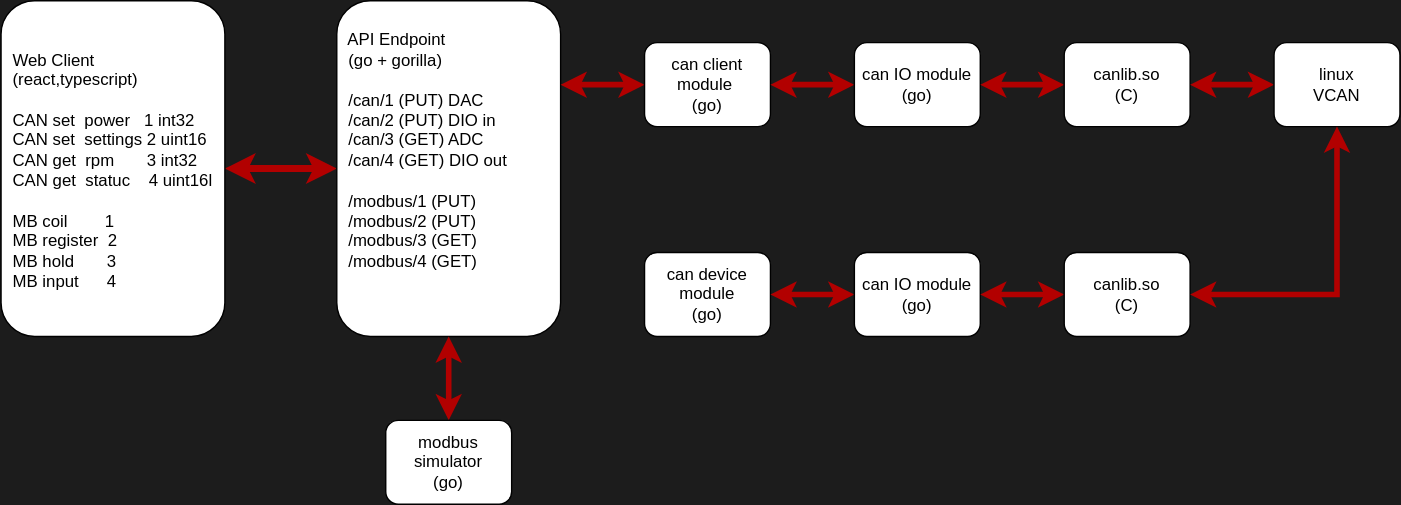
Before: sqirvy.drawio.svg, a diagram exported from draw.io (dmh2000/simple-can-bus). Source tidied: cells renumbered, new cells last; positions are measured from the earlier drawing's top-left corner, leaving out a move shared by most shapes.
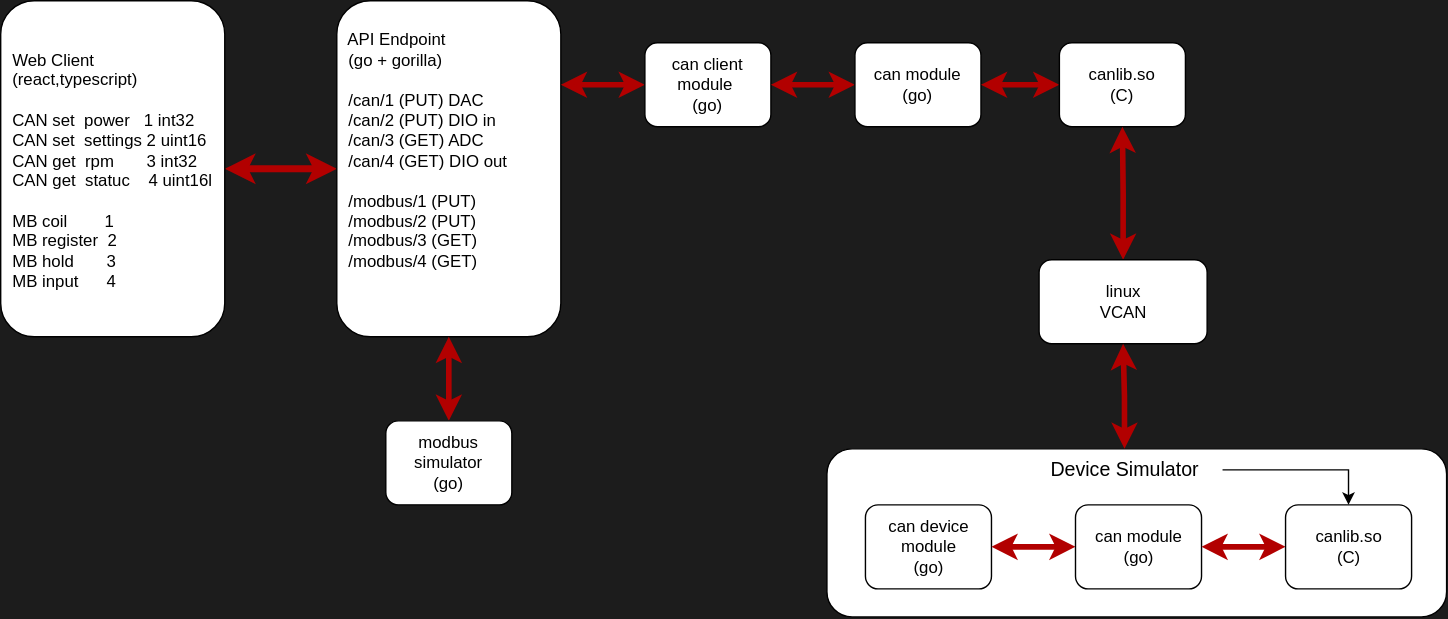
Later version of the same file.

The edit, as a diff of the source:
```diff
@@ -2,6 +2,9 @@
   <root>
     <mxCell id="0" />
     <mxCell id="1" parent="0" />
+    <mxCell id="21" style="rounded=1;whiteSpace=wrap;html=1;" parent="1" vertex="1">
+      <mxGeometry x="590" y="320" width="442.5" height="120" as="geometry" />
+    </mxCell>
     <mxCell id="2" style="edgeStyle=orthogonalEdgeStyle;rounded=0;jettySize=auto;html=1;endArrow=classic;endFill=1;startArrow=classic;startFill=1;fillColor=#e51400;strokeColor=#B20000;strokeWidth=5;" parent="1" edge="1" source="3" target="4">
       <mxGeometry relative="1" as="geometry" />
     </mxCell>
@@ -26,42 +29,44 @@
     <mxCell id="9" style="edgeStyle=orthogonalEdgeStyle;rounded=0;jettySize=auto;html=1;startArrow=classic;startFill=1;fillColor=#e51400;strokeColor=#B20000;strokeWidth=4;" parent="1" edge="1" source="10" target="6">
       <mxGeometry relative="1" as="geometry" />
     </mxCell>
-    <mxCell id="10" value="can IO module&lt;br&gt;(go)" style="rounded=1;whiteSpace=wrap;html=1;" parent="1" vertex="1">
+    <mxCell id="10" value="can module&lt;br&gt;(go)" style="rounded=1;whiteSpace=wrap;html=1;" parent="1" vertex="1">
       <mxGeometry x="610" y="30" width="90" height="60" as="geometry" />
     </mxCell>
     <mxCell id="11" style="edgeStyle=orthogonalEdgeStyle;rounded=0;jettySize=auto;html=1;startArrow=classic;startFill=1;fillColor=#e51400;strokeColor=#B20000;strokeWidth=4;" parent="1" edge="1" source="12" target="10">
       <mxGeometry relative="1" as="geometry" />
     </mxCell>
     <mxCell id="12" value="canlib.so&lt;br&gt;(C)" style="rounded=1;whiteSpace=wrap;html=1;" parent="1" vertex="1">
-      <mxGeometry x="760" y="30" width="90" height="60" as="geometry" />
+      <mxGeometry x="756" y="30" width="90" height="60" as="geometry" />
     </mxCell>
-    <mxCell id="13" style="edgeStyle=orthogonalEdgeStyle;rounded=0;jettySize=auto;html=1;fillColor=#e51400;strokeColor=#B20000;startArrow=classic;startFill=1;strokeWidth=4;" parent="1" edge="1" source="14" target="12">
+    <mxCell id="13" style="edgeStyle=orthogonalEdgeStyle;rounded=0;jettySize=auto;html=1;fillColor=#e51400;strokeColor=#B20000;startArrow=classic;startFill=1;strokeWidth=4;exitX=0.5;exitY=0;exitDx=0;exitDy=0;entryX=0.5;entryY=1;entryDx=0;entryDy=0;" parent="1" edge="1" source="14" target="12">
       <mxGeometry relative="1" as="geometry" />
     </mxCell>
     <mxCell id="14" value="linux&lt;br&gt;VCAN" style="rounded=1;whiteSpace=wrap;html=1;" parent="1" vertex="1">
-      <mxGeometry x="910" y="30" width="90" height="60" as="geometry" />
+      <mxGeometry x="741.5" y="185" width="120" height="60" as="geometry" />
     </mxCell>
     <mxCell id="15" value="can device module&lt;br&gt;(go)" style="rounded=1;whiteSpace=wrap;html=1;" parent="1" vertex="1">
-      <mxGeometry x="460" y="180" width="90" height="60" as="geometry" />
+      <mxGeometry x="617.5" y="360" width="90" height="60" as="geometry" />
     </mxCell>
     <mxCell id="16" style="edgeStyle=orthogonalEdgeStyle;rounded=0;jettySize=auto;html=1;startArrow=classic;startFill=1;fillColor=#e51400;strokeColor=#B20000;strokeWidth=4;" parent="1" edge="1" source="17" target="15">
       <mxGeometry relative="1" as="geometry" />
     </mxCell>
-    <mxCell id="17" value="can IO module&lt;br&gt;(go)" style="rounded=1;whiteSpace=wrap;html=1;" parent="1" vertex="1">
-      <mxGeometry x="610" y="180" width="90" height="60" as="geometry" />
+    <mxCell id="17" value="can module&lt;br&gt;(go)" style="rounded=1;whiteSpace=wrap;html=1;" parent="1" vertex="1">
+      <mxGeometry x="767.5" y="360" width="90" height="60" as="geometry" />
     </mxCell>
     <mxCell id="18" style="edgeStyle=orthogonalEdgeStyle;rounded=0;jettySize=auto;html=1;startArrow=classic;startFill=1;fillColor=#e51400;strokeColor=#B20000;strokeWidth=4;" parent="1" edge="1" source="19" target="17">
       <mxGeometry relative="1" as="geometry" />
     </mxCell>
     <mxCell id="19" value="canlib.so&lt;br&gt;(C)" style="rounded=1;whiteSpace=wrap;html=1;" parent="1" vertex="1">
-      <mxGeometry x="760" y="180" width="90" height="60" as="geometry" />
+      <mxGeometry x="917.5" y="360" width="90" height="60" as="geometry" />
     </mxCell>
-    <mxCell id="20" style="edgeStyle=orthogonalEdgeStyle;rounded=0;jettySize=auto;html=1;fillColor=#e51400;strokeColor=#B20000;startArrow=classic;startFill=1;strokeWidth=4;exitX=0.5;exitY=1;exitDx=0;exitDy=0;entryX=1;entryY=0.5;entryDx=0;entryDy=0;" parent="1" edge="1" source="14" target="19">
-      <mxGeometry relative="1" as="geometry">
-        <Array as="points">
-          <mxPoint x="955" y="210" />
-        </Array>
-      </mxGeometry>
-    </mxCell>
+    <mxCell id="22" style="edgeStyle=orthogonalEdgeStyle;rounded=0;jettySize=auto;html=1;" parent="1" edge="1" source="23" target="19">
+      <mxGeometry relative="1" as="geometry" />
+    </mxCell>
+    <mxCell id="23" value="&lt;font style=&quot;font-size: 14px;&quot;&gt;Device Simulator&lt;/font&gt;" style="text;html=1;strokeColor=none;fillColor=none;align=center;verticalAlign=middle;whiteSpace=wrap;rounded=0;" parent="1" vertex="1">
+      <mxGeometry x="732.5" y="320" width="140" height="30" as="geometry" />
+    </mxCell>
+    <mxCell id="24" style="edgeStyle=orthogonalEdgeStyle;rounded=0;jettySize=auto;html=1;entryX=0.5;entryY=1;entryDx=0;entryDy=0;startArrow=classic;startFill=1;fillColor=#e51400;strokeColor=#B20000;strokeWidth=4;exitX=0.5;exitY=0;exitDx=0;exitDy=0;" parent="1" edge="1" source="23" target="14">
+      <mxGeometry relative="1" as="geometry" />
+    </mxCell>
   </root>
 </mxGraphModel>
```
